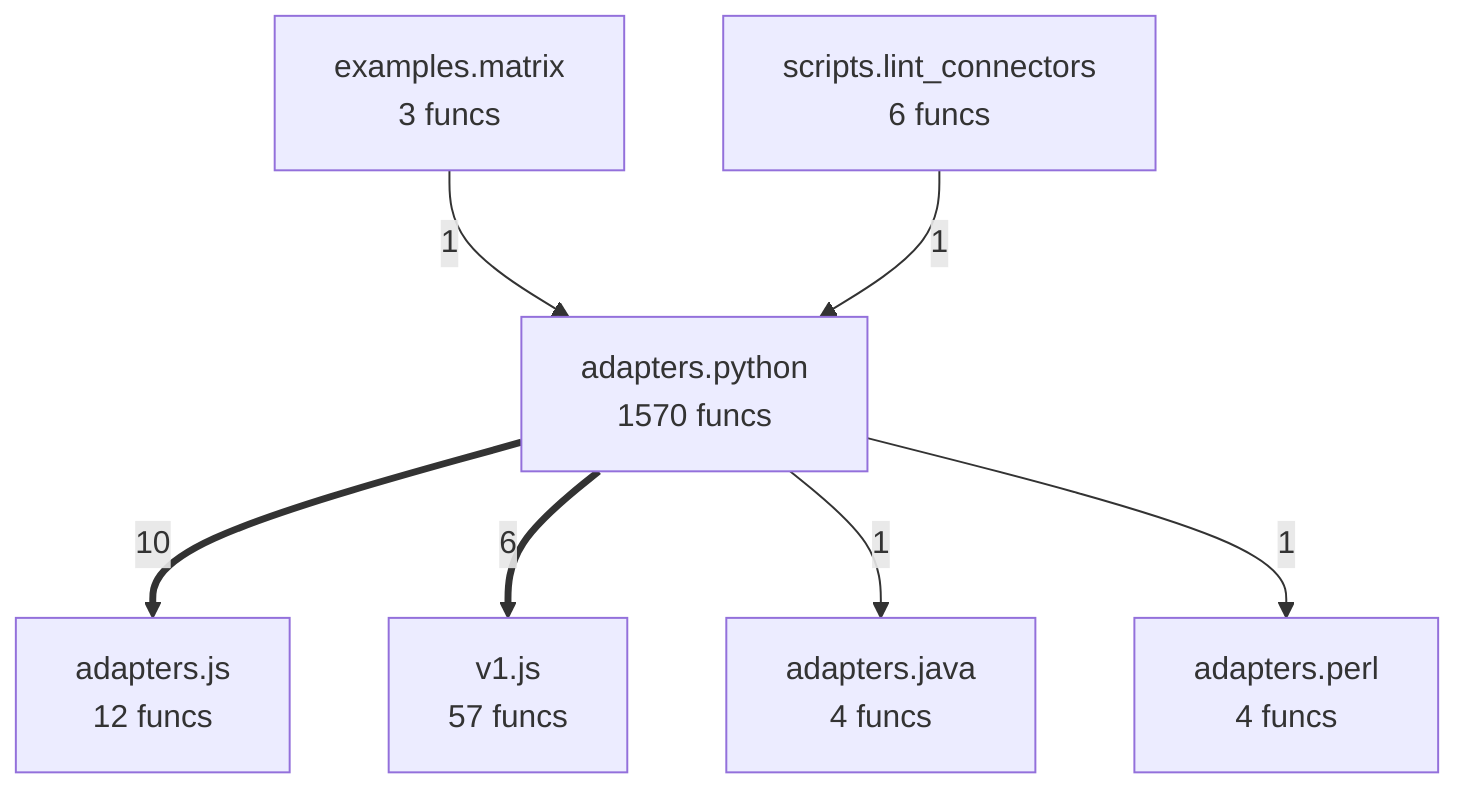
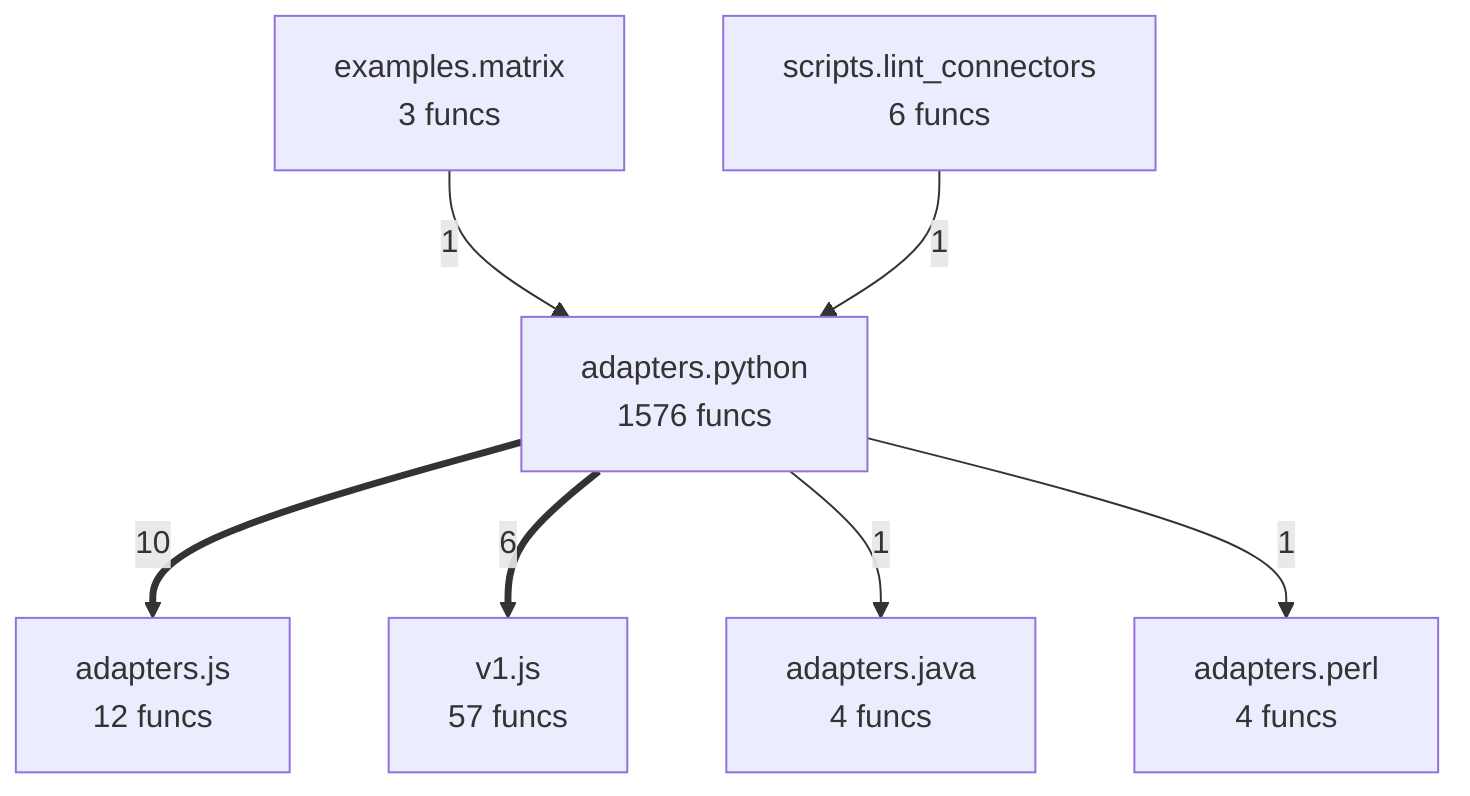
flowchart TD
- %% generated in 0.07s
+ %% generated in 0.05s
    adapters__java["adapters.java<br/>4 funcs"]
    adapters__js["adapters.js<br/>12 funcs"]
    adapters__perl["adapters.perl<br/>4 funcs"]
-     adapters__python["adapters.python<br/>1570 funcs"]
+     adapters__python["adapters.python<br/>1576 funcs"]
    examples__matrix["examples.matrix<br/>3 funcs"]
    scripts__lint_connectors["scripts.lint_connectors<br/>6 funcs"]
    v1__js["v1.js<br/>57 funcs"]
    adapters__python ==>|10| adapters__js
    adapters__python ==>|6| v1__js
    examples__matrix -->|1| adapters__python
    scripts__lint_connectors -->|1| adapters__python
    adapters__python -->|1| adapters__java
    adapters__python -->|1| adapters__perl
